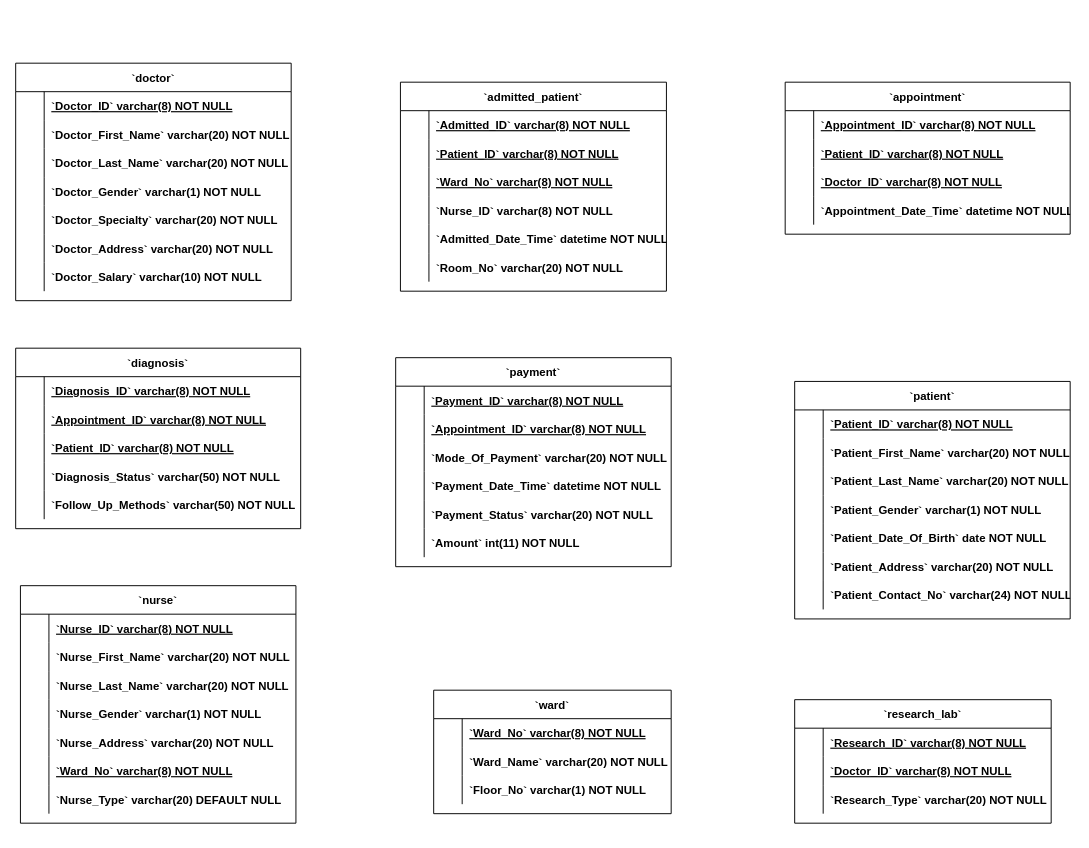
Earlier version of the draw.io diagram Untitled Diagram.drawio (shaongithub/demonahid). Source tidied: cells renumbered, new cells numbered last; positions are measured from the earlier drawing's top-left corner, leaving out a move shared by most shapes. Both pictures are drawn from the tidied source at 95%, with x=0, y=0 at pixel (15, 63).
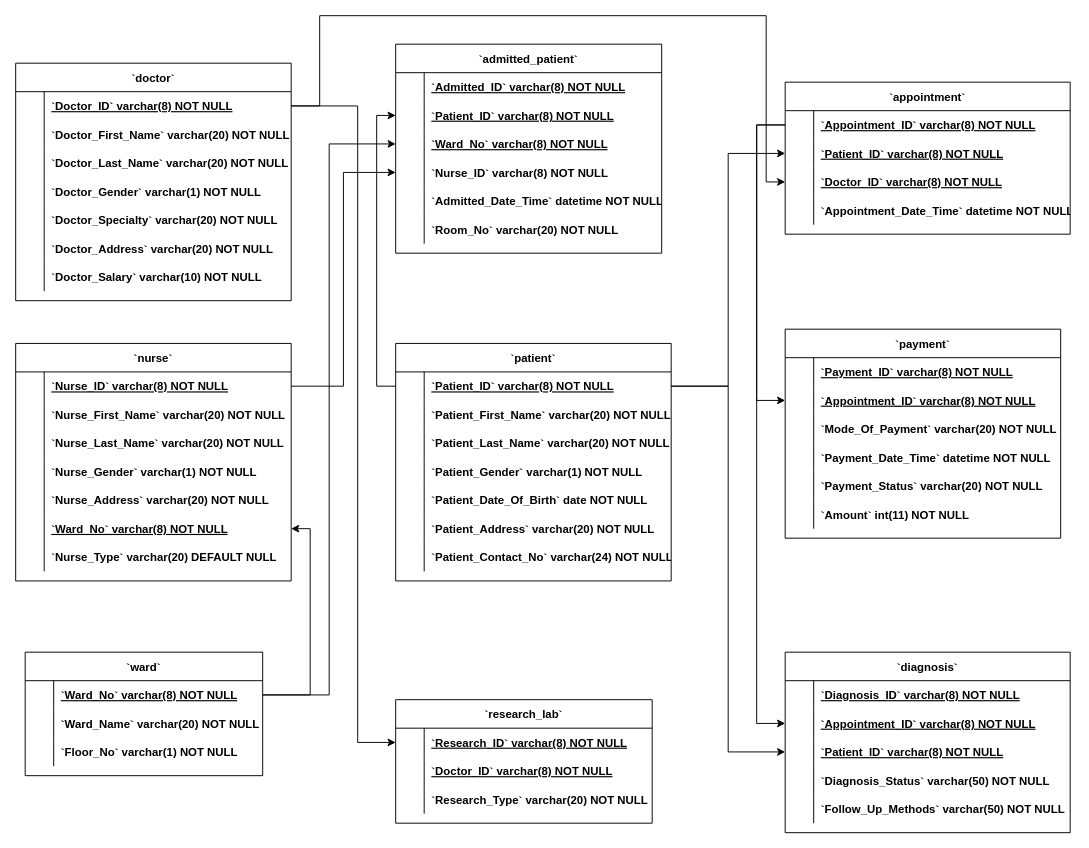
After the change.

Unchanged cells that the change refers to:
```xml
<mxCell id="6" style="shape=partialRectangle;fillColor=none;points=[[0,0.5],[1,0.5]];portConstraint=eastwest;top=0;left=0;right=0;bottom=0;fontStyle=1;" parent="2" vertex="1">
  <mxGeometry y="60" width="280" height="30" as="geometry" />
</mxCell>
<mxCell id="9" style="shape=partialRectangle;fillColor=none;points=[[0,0.5],[1,0.5]];portConstraint=eastwest;top=0;left=0;right=0;bottom=0;fontStyle=1;" parent="2" vertex="1">
  <mxGeometry y="90" width="280" height="30" as="geometry" />
</mxCell>
<mxCell id="12" style="shape=partialRectangle;fillColor=none;points=[[0,0.5],[1,0.5]];portConstraint=eastwest;top=0;left=0;right=0;bottom=0;fontStyle=1;" parent="2" vertex="1">
  <mxGeometry y="120" width="280" height="30" as="geometry" />
</mxCell>
<mxCell id="22" style="shape=partialRectangle;fillColor=none;points=[[0,0.5],[1,0.5]];portConstraint=eastwest;top=0;left=0;right=0;bottom=0;" parent="21" vertex="1">
  <mxGeometry y="30" width="300" height="30" as="geometry" />
</mxCell>
<mxCell id="25" style="shape=partialRectangle;fillColor=none;points=[[0,0.5],[1,0.5]];portConstraint=eastwest;top=0;left=0;right=0;bottom=0;fontStyle=1;" parent="21" vertex="1">
  <mxGeometry y="60" width="300" height="30" as="geometry" />
</mxCell>
<mxCell id="28" style="shape=partialRectangle;fillColor=none;points=[[0,0.5],[1,0.5]];portConstraint=eastwest;top=0;left=0;right=0;bottom=0;fontStyle=1;" parent="21" vertex="1">
  <mxGeometry y="90" width="300" height="30" as="geometry" />
</mxCell>
<mxCell id="38" style="shape=partialRectangle;fillColor=none;points=[[0,0.5],[1,0.5]];portConstraint=eastwest;top=0;left=0;right=0;bottom=0;fontStyle=1;" parent="34" vertex="1">
  <mxGeometry y="60" width="300" height="30" as="geometry" />
</mxCell>
<mxCell id="41" style="shape=partialRectangle;fillColor=none;points=[[0,0.5],[1,0.5]];portConstraint=eastwest;top=0;left=0;right=0;bottom=0;fontStyle=1;" parent="34" vertex="1">
  <mxGeometry y="90" width="300" height="30" as="geometry" />
</mxCell>
<mxCell id="51" style="shape=partialRectangle;fillColor=none;points=[[0,0.5],[1,0.5]];portConstraint=eastwest;top=0;left=0;right=0;bottom=0;" parent="50" vertex="1">
  <mxGeometry y="30" width="290" height="30" as="geometry" />
</mxCell>
<mxCell id="73" style="shape=partialRectangle;fillColor=none;points=[[0,0.5],[1,0.5]];portConstraint=eastwest;top=0;left=0;right=0;bottom=0;fontStyle=1;" parent="72" vertex="1">
  <mxGeometry y="30" width="290" height="30" as="geometry" />
</mxCell>
<mxCell id="88" style="shape=partialRectangle;fillColor=none;points=[[0,0.5],[1,0.5]];portConstraint=eastwest;top=0;left=0;right=0;bottom=0;fontStyle=1;" parent="72" vertex="1">
  <mxGeometry y="180" width="290" height="30" as="geometry" />
</mxCell>
<mxCell id="95" style="shape=partialRectangle;fillColor=none;points=[[0,0.5],[1,0.5]];portConstraint=eastwest;top=0;left=0;right=0;bottom=0;" parent="94" vertex="1">
  <mxGeometry y="30" width="290" height="30" as="geometry" />
</mxCell>
<mxCell id="120" style="shape=partialRectangle;fillColor=none;points=[[0,0.5],[1,0.5]];portConstraint=eastwest;top=0;left=0;right=0;bottom=0;fontStyle=1;" parent="116" vertex="1">
  <mxGeometry y="60" width="290" height="30" as="geometry" />
</mxCell>
<mxCell id="136" style="shape=partialRectangle;fillColor=none;points=[[0,0.5],[1,0.5]];portConstraint=eastwest;top=0;left=0;right=0;bottom=0;" parent="135" vertex="1">
  <mxGeometry y="30" width="270" height="30" as="geometry" />
</mxCell>
<mxCell id="146" style="shape=partialRectangle;fillColor=none;points=[[0,0.5],[1,0.5]];portConstraint=eastwest;top=0;left=0;right=0;bottom=0;fontStyle=1;" parent="145" vertex="1">
  <mxGeometry y="30" width="250" height="30" as="geometry" />
</mxCell>
```

The edit, as a diff of the source:
```diff
@@
     <mxCell id="2" value="`admitted_patient`" style="shape=table;startSize=30;childLayout=tableLayout;rowLines=0;fontStyle=1;align=center;" parent="1" vertex="1">
-      <mxGeometry x="405" y="20" width="280" height="220" as="geometry" />
+      <mxGeometry x="400" y="-20" width="280" height="220" as="geometry" />
     </mxCell>
@@
     <mxCell id="34" value="`diagnosis`" style="shape=table;startSize=30;childLayout=tableLayout;rowLines=0;fontStyle=1;align=center;" parent="1" vertex="1">
-      <mxGeometry y="300" width="300" height="190" as="geometry" />
+      <mxGeometry x="810" y="620" width="300" height="190" as="geometry" />
     </mxCell>
@@
     <mxCell id="72" value="`nurse`" style="shape=table;startSize=30;childLayout=tableLayout;rowLines=0;fontStyle=1;align=center;" parent="1" vertex="1">
-      <mxGeometry x="5" y="550" width="290" height="250" as="geometry" />
+      <mxGeometry y="295" width="290" height="250" as="geometry" />
     </mxCell>
@@
     <mxCell id="94" value="`patient`" style="shape=table;startSize=30;childLayout=tableLayout;rowLines=0;fontStyle=1;align=center;" parent="1" vertex="1">
-      <mxGeometry x="820" y="335" width="290" height="250" as="geometry" />
+      <mxGeometry x="400" y="295" width="290" height="250" as="geometry" />
     </mxCell>
@@
     <mxCell id="116" value="`payment`" style="shape=table;startSize=30;childLayout=tableLayout;rowLines=0;fontStyle=1;align=center;" parent="1" vertex="1">
-      <mxGeometry x="400" y="310" width="290" height="220" as="geometry" />
+      <mxGeometry x="810" y="280" width="290" height="220" as="geometry" />
     </mxCell>
@@
     <mxCell id="135" value="`research_lab`" style="shape=table;startSize=30;childLayout=tableLayout;rowLines=0;fontStyle=1;align=center;" parent="1" vertex="1">
-      <mxGeometry x="820" y="670" width="270" height="130" as="geometry" />
+      <mxGeometry x="400" y="670" width="270" height="130" as="geometry" />
     </mxCell>
@@
     <mxCell id="145" value="`ward`" style="shape=table;startSize=30;childLayout=tableLayout;rowLines=0;fontStyle=1;align=center;" parent="1" vertex="1">
-      <mxGeometry x="440" y="660" width="250" height="130" as="geometry" />
+      <mxGeometry x="10" y="620" width="250" height="130" as="geometry" />
     </mxCell>
@@
+    <mxCell id="155" style="edgeStyle=orthogonalEdgeStyle;rounded=0;jettySize=auto;html=1;entryX=0;entryY=0.5;entryDx=0;entryDy=0;" parent="1" edge="1" source="95" target="6">
+      <mxGeometry relative="1" as="geometry" />
+    </mxCell>
+    <mxCell id="156" style="edgeStyle=orthogonalEdgeStyle;rounded=0;jettySize=auto;html=1;entryX=1;entryY=0.5;entryDx=0;entryDy=0;" parent="1" edge="1" source="146" target="88">
+      <mxGeometry relative="1" as="geometry" />
+    </mxCell>
+    <mxCell id="157" style="edgeStyle=orthogonalEdgeStyle;rounded=0;jettySize=auto;html=1;" parent="1" edge="1" source="73" target="12">
+      <mxGeometry relative="1" as="geometry" />
+    </mxCell>
+    <mxCell id="158" style="edgeStyle=orthogonalEdgeStyle;rounded=0;jettySize=auto;html=1;entryX=0;entryY=0.5;entryDx=0;entryDy=0;" parent="1" edge="1" source="51" target="28">
+      <mxGeometry relative="1" as="geometry">
+        <Array as="points">
+          <mxPoint x="320" y="45" />
+          <mxPoint x="320" y="-50" />
+          <mxPoint x="790" y="-50" />
+          <mxPoint x="790" y="125" />
+        </Array>
+      </mxGeometry>
+    </mxCell>
+    <mxCell id="159" style="edgeStyle=orthogonalEdgeStyle;rounded=0;jettySize=auto;html=1;entryX=0;entryY=0.5;entryDx=0;entryDy=0;" parent="1" edge="1" source="146" target="9">
+      <mxGeometry relative="1" as="geometry" />
+    </mxCell>
+    <mxCell id="160" style="edgeStyle=orthogonalEdgeStyle;rounded=0;jettySize=auto;html=1;entryX=0;entryY=0.5;entryDx=0;entryDy=0;" parent="1" edge="1" source="51" target="136">
+      <mxGeometry relative="1" as="geometry">
+        <Array as="points">
+          <mxPoint x="360" y="45" />
+          <mxPoint x="360" y="715" />
+        </Array>
+      </mxGeometry>
+    </mxCell>
+    <mxCell id="161" style="edgeStyle=orthogonalEdgeStyle;rounded=0;jettySize=auto;html=1;entryX=0;entryY=0.5;entryDx=0;entryDy=0;" parent="1" edge="1" source="95" target="25">
+      <mxGeometry relative="1" as="geometry" />
+    </mxCell>
+    <mxCell id="162" style="edgeStyle=orthogonalEdgeStyle;rounded=0;jettySize=auto;html=1;" parent="1" edge="1" source="95" target="41">
+      <mxGeometry relative="1" as="geometry" />
+    </mxCell>
+    <mxCell id="163" style="edgeStyle=orthogonalEdgeStyle;rounded=0;jettySize=auto;html=1;entryX=0;entryY=0.5;entryDx=0;entryDy=0;" parent="1" edge="1" source="22" target="38">
+      <mxGeometry relative="1" as="geometry">
+        <Array as="points">
+          <mxPoint x="780" y="65" />
+          <mxPoint x="780" y="695" />
+        </Array>
+      </mxGeometry>
+    </mxCell>
+    <mxCell id="164" style="edgeStyle=orthogonalEdgeStyle;rounded=0;jettySize=auto;html=1;entryX=0;entryY=0.5;entryDx=0;entryDy=0;" parent="1" edge="1" source="22" target="120">
+      <mxGeometry relative="1" as="geometry">
+        <Array as="points">
+          <mxPoint x="780" y="65" />
+          <mxPoint x="780" y="355" />
+        </Array>
+      </mxGeometry>
+    </mxCell>
```
